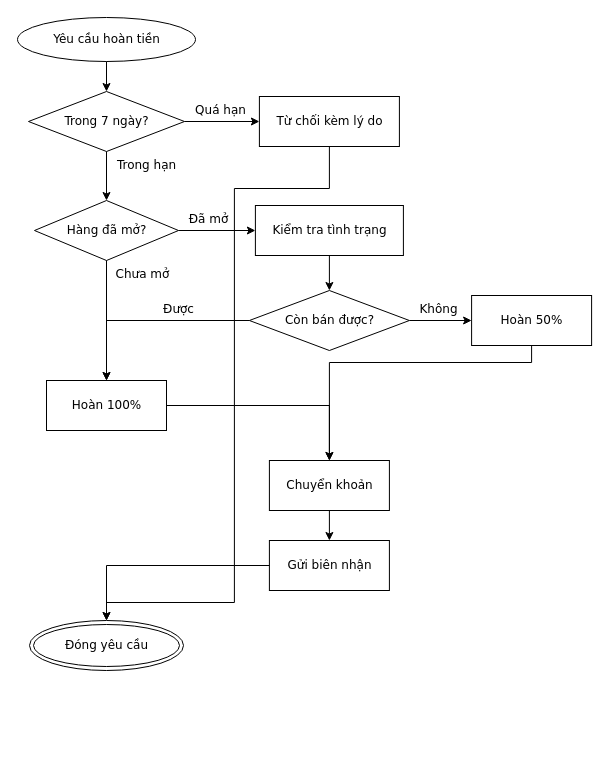
This is conformance/golden/mermaid/11-hoan-tien.drawio from luytbq/flowcast, a draw.io file, before an edit. Source tidied: cells renumbered, new cells numbered last; positions are measured from the earlier drawing's top-left corner, leaving out a move shared by most shapes. Both pictures are drawn from the tidied source at 100%, with x=0, y=0 at pixel (17, 17).
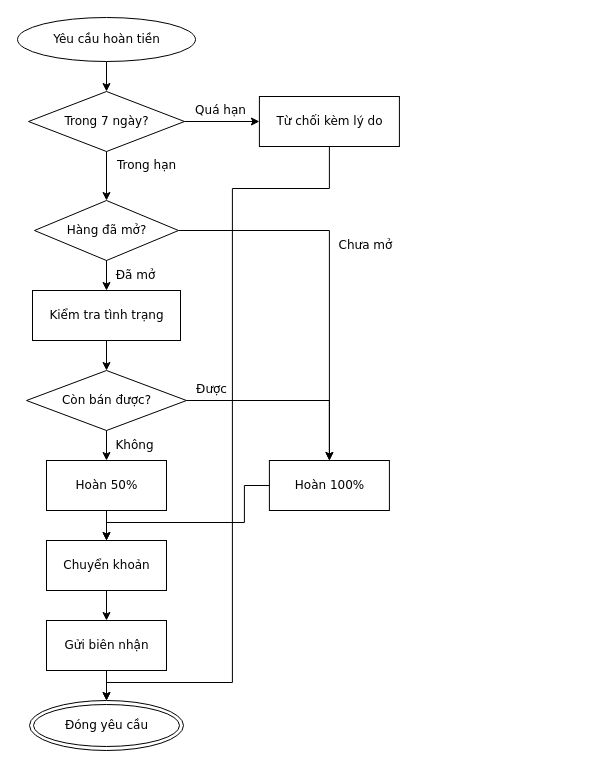
The same page after the edit.

Unchanged cells that the change refers to:
```xml
<mxCell id="4" value="Từ chối kèm lý do" style="rounded=0;html=1;fontFamily=Verdana;fontSize=12;flowtable=1;" parent="1" vertex="1">
  <mxGeometry x="241.9" y="79" width="140" height="50" as="geometry" />
</mxCell>
<mxCell id="5" value="Hàng đã mở?" style="rhombus;html=1;fontFamily=Verdana;fontSize=12;flowtable=1;" parent="1" vertex="1">
  <mxGeometry x="17" y="183" width="144" height="60" as="geometry" />
</mxCell>
```

Diff of the diagram source:
```diff
@@
     <mxCell id="6" value="Kiểm tra tình trạng" style="rounded=0;html=1;fontFamily=Verdana;fontSize=12;flowtable=1;" parent="1" vertex="1">
-      <mxGeometry x="237.9" y="188" width="148" height="50" as="geometry" />
+      <mxGeometry x="15" y="273" width="148" height="50" as="geometry" />
     </mxCell>
     <mxCell id="7" value="Còn bán được?" style="rhombus;html=1;fontFamily=Verdana;fontSize=12;flowtable=1;" parent="1" vertex="1">
-      <mxGeometry x="231.9" y="273" width="160" height="60" as="geometry" />
+      <mxGeometry x="9" y="353" width="160" height="60" as="geometry" />
     </mxCell>
     <mxCell id="8" value="Hoàn 50%" style="rounded=0;html=1;fontFamily=Verdana;fontSize=12;flowtable=1;" parent="1" vertex="1">
-      <mxGeometry x="454.1" y="278" width="120" height="50" as="geometry" />
+      <mxGeometry x="29" y="443" width="120" height="50" as="geometry" />
     </mxCell>
     <mxCell id="9" value="Hoàn 100%" style="rounded=0;html=1;fontFamily=Verdana;fontSize=12;flowtable=1;" parent="1" vertex="1">
-      <mxGeometry x="29" y="363" width="120" height="50" as="geometry" />
+      <mxGeometry x="251.9" y="443" width="120" height="50" as="geometry" />
     </mxCell>
     <mxCell id="10" value="Chuyển khoản" style="rounded=0;html=1;fontFamily=Verdana;fontSize=12;flowtable=1;" parent="1" vertex="1">
-      <mxGeometry x="251.9" y="443" width="120" height="50" as="geometry" />
+      <mxGeometry x="29" y="523" width="120" height="50" as="geometry" />
     </mxCell>
     <mxCell id="11" value="Gửi biên nhận" style="rounded=0;html=1;fontFamily=Verdana;fontSize=12;flowtable=1;" parent="1" vertex="1">
-      <mxGeometry x="251.9" y="523" width="120" height="50" as="geometry" />
+      <mxGeometry x="29" y="603" width="120" height="50" as="geometry" />
     </mxCell>
     <mxCell id="12" value="Đóng yêu cầu" style="shape=doubleEllipse;html=1;fontFamily=Verdana;fontSize=12;flowtable=1;" parent="1" vertex="1">
-      <mxGeometry x="12" y="603" width="154" height="50" as="geometry" />
+      <mxGeometry x="12" y="683" width="154" height="50" as="geometry" />
     </mxCell>
@@
     <mxCell id="16" style="edgeStyle=orthogonalEdgeStyle;rounded=0;jettySize=auto;html=1;labelBackgroundColor=default;exitX=0.5;exitY=1;exitDx=0;exitDy=0;entryX=0.5;entryY=0;entryDx=0;entryDy=0;fontFamily=Verdana;fontSize=12;flowtable=1;" parent="1" edge="1" source="4" target="12">
       <mxGeometry relative="1" as="geometry">
         <Array as="points">
           <mxPoint x="311.9" y="171" />
-          <mxPoint x="216.9" y="171" />
-          <mxPoint x="216.9" y="585" />
-          <mxPoint x="89" y="585" />
+          <mxPoint x="214.9" y="171" />
+          <mxPoint x="214.9" y="665" />
+          <mxPoint x="89" y="665" />
         </Array>
       </mxGeometry>
     </mxCell>
-    <mxCell id="17" value="Đã mở" style="edgeStyle=orthogonalEdgeStyle;rounded=0;jettySize=auto;html=1;labelBackgroundColor=default;exitX=1;exitY=0.5;exitDx=0;exitDy=0;entryX=0;entryY=0.5;entryDx=0;entryDy=0;fontFamily=Verdana;fontSize=12;flowtable=1;" parent="1" edge="1" source="5" target="6">
-      <mxGeometry x="-0.22" relative="1" as="geometry">
-        <mxPoint y="-11.5" as="offset" />
+    <mxCell id="17" value="Đã mở" style="edgeStyle=orthogonalEdgeStyle;rounded=0;jettySize=auto;html=1;labelBackgroundColor=default;exitX=0.5;exitY=1;exitDx=0;exitDy=0;entryX=0.5;entryY=0;entryDx=0;entryDy=0;fontFamily=Verdana;fontSize=12;flowtable=1;" parent="1" edge="1" source="5" target="6">
+      <mxGeometry x="-0.03" relative="1" as="geometry">
+        <mxPoint x="28.8" as="offset" />
       </mxGeometry>
     </mxCell>
-    <mxCell id="18" value="Chưa mở" style="edgeStyle=orthogonalEdgeStyle;rounded=0;jettySize=auto;html=1;labelBackgroundColor=default;exitX=0.5;exitY=1;exitDx=0;exitDy=0;entryX=0.5;entryY=0;entryDx=0;entryDy=0;fontFamily=Verdana;fontSize=12;flowtable=1;" parent="1" edge="1" source="5" target="9">
-      <mxGeometry x="-0.76" relative="1" as="geometry">
+    <mxCell id="18" value="Chưa mở" style="edgeStyle=orthogonalEdgeStyle;rounded=0;jettySize=auto;html=1;labelBackgroundColor=default;exitX=1;exitY=0.5;exitDx=0;exitDy=0;entryX=0.5;entryY=0;entryDx=0;entryDy=0;fontFamily=Verdana;fontSize=12;flowtable=1;" parent="1" edge="1" source="5" target="9">
+      <mxGeometry x="-0.13" relative="1" as="geometry">
+        <Array as="points">
+          <mxPoint x="311.9" y="213" />
+        </Array>
         <mxPoint x="36.1" as="offset" />
       </mxGeometry>
     </mxCell>
@@
-    <mxCell id="20" value="Không" style="edgeStyle=orthogonalEdgeStyle;rounded=0;jettySize=auto;html=1;labelBackgroundColor=default;exitX=1;exitY=0.5;exitDx=0;exitDy=0;entryX=0;entryY=0.5;entryDx=0;entryDy=0;fontFamily=Verdana;fontSize=12;flowtable=1;" parent="1" edge="1" source="7" target="8">
-      <mxGeometry x="-0.06" relative="1" as="geometry">
-        <mxPoint y="-11.5" as="offset" />
+    <mxCell id="20" value="Không" style="edgeStyle=orthogonalEdgeStyle;rounded=0;jettySize=auto;html=1;labelBackgroundColor=default;exitX=0.5;exitY=1;exitDx=0;exitDy=0;entryX=0.5;entryY=0;entryDx=0;entryDy=0;fontFamily=Verdana;fontSize=12;flowtable=1;" parent="1" edge="1" source="7" target="8">
+      <mxGeometry x="-0.03" relative="1" as="geometry">
+        <mxPoint x="28.1" as="offset" />
       </mxGeometry>
     </mxCell>
-    <mxCell id="21" value="Được" style="edgeStyle=orthogonalEdgeStyle;rounded=0;jettySize=auto;html=1;labelBackgroundColor=default;exitX=0;exitY=0.5;exitDx=0;exitDy=0;entryX=0.5;entryY=0;entryDx=0;entryDy=0;fontFamily=Verdana;fontSize=12;flowtable=1;" parent="1" edge="1" source="7" target="9">
-      <mxGeometry x="-0.3" relative="1" as="geometry">
+    <mxCell id="21" value="Được" style="edgeStyle=orthogonalEdgeStyle;rounded=0;jettySize=auto;html=1;labelBackgroundColor=default;exitX=1;exitY=0.5;exitDx=0;exitDy=0;entryX=0.5;entryY=0;entryDx=0;entryDy=0;fontFamily=Verdana;fontSize=12;flowtable=1;" parent="1" edge="1" source="7" target="9">
+      <mxGeometry x="-0.75" relative="1" as="geometry">
         <Array as="points">
-          <mxPoint x="89" y="303" />
+          <mxPoint x="311.9" y="383" />
         </Array>
         <mxPoint y="-11.5" as="offset" />
       </mxGeometry>
     </mxCell>
     <mxCell id="22" style="edgeStyle=orthogonalEdgeStyle;rounded=0;jettySize=auto;html=1;labelBackgroundColor=default;exitX=0.5;exitY=1;exitDx=0;exitDy=0;entryX=0.5;entryY=0;entryDx=0;entryDy=0;fontFamily=Verdana;fontSize=12;flowtable=1;" parent="1" edge="1" source="8" target="10">
-      <mxGeometry relative="1" as="geometry">
-        <Array as="points">
-          <mxPoint x="514.1" y="345" />
-          <mxPoint x="311.9" y="345" />
-        </Array>
-      </mxGeometry>
+      <mxGeometry relative="1" as="geometry" />
     </mxCell>
-    <mxCell id="23" style="edgeStyle=orthogonalEdgeStyle;rounded=0;jettySize=auto;html=1;labelBackgroundColor=default;exitX=1;exitY=0.5;exitDx=0;exitDy=0;entryX=0.5;entryY=0;entryDx=0;entryDy=0;fontFamily=Verdana;fontSize=12;flowtable=1;" parent="1" edge="1" source="9" target="10">
+    <mxCell id="23" style="edgeStyle=orthogonalEdgeStyle;rounded=0;jettySize=auto;html=1;labelBackgroundColor=default;exitX=0;exitY=0.5;exitDx=0;exitDy=0;entryX=0.5;entryY=0;entryDx=0;entryDy=0;fontFamily=Verdana;fontSize=12;flowtable=1;" parent="1" edge="1" source="9" target="10">
       <mxGeometry relative="1" as="geometry">
         <Array as="points">
-          <mxPoint x="311.9" y="388" />
+          <mxPoint x="226.9" y="468" />
+          <mxPoint x="226.9" y="505" />
+          <mxPoint x="89" y="505" />
         </Array>
       </mxGeometry>
     </mxCell>
@@
-    <mxCell id="25" style="edgeStyle=orthogonalEdgeStyle;rounded=0;jettySize=auto;html=1;labelBackgroundColor=default;exitX=0;exitY=0.5;exitDx=0;exitDy=0;entryX=0.5;entryY=0;entryDx=0;entryDy=0;fontFamily=Verdana;fontSize=12;flowtable=1;" parent="1" edge="1" source="11" target="12">
-      <mxGeometry relative="1" as="geometry">
-        <Array as="points">
-          <mxPoint x="89" y="548" />
-        </Array>
-      </mxGeometry>
+    <mxCell id="25" style="edgeStyle=orthogonalEdgeStyle;rounded=0;jettySize=auto;html=1;labelBackgroundColor=default;exitX=0.5;exitY=1;exitDx=0;exitDy=0;entryX=0.5;entryY=0;entryDx=0;entryDy=0;fontFamily=Verdana;fontSize=12;flowtable=1;" parent="1" edge="1" source="11" target="12">
+      <mxGeometry relative="1" as="geometry" />
     </mxCell>
```
